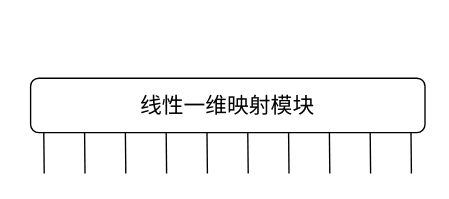
Above: 未命名绘图.drawio in infiniteaim/Repository-from-Anonus (draw.io), before the change. Source tidied: cells renumbered, new cells numbered last; positions are measured from the earlier drawing's top-left corner, leaving out a move shared by most shapes. Both pictures are drawn from the tidied source at 136%, with x=0, y=0 at pixel (30, 78).
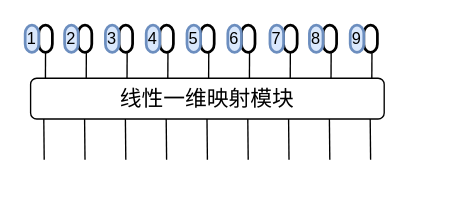
The same page after the edit.

Commit message (it also covers changes not shown here):
更新未命名绘图.drawio

The edit, as a diff of the source:
```diff
@@
     <mxCell id="2" value="&lt;font style=&quot;font-size: 16px;&quot;&gt;线性一维映射模块&lt;/font&gt;" style="rounded=1;whiteSpace=wrap;html=1;" parent="1" vertex="1">
-      <mxGeometry width="290" height="40" as="geometry" />
+      <mxGeometry width="260" height="30" as="geometry" />
     </mxCell>
     <mxCell id="3" style="endArrow=none;html=1;rounded=0;entryX=0.054;entryY=1.021;entryDx=0;entryDy=0;entryPerimeter=0;" parent="1" edge="1">
       <mxGeometry relative="1" as="geometry">
-        <mxPoint x="10" y="70" as="sourcePoint" />
-        <mxPoint x="9.7" y="40" as="targetPoint" />
+        <mxPoint x="10" y="60" as="sourcePoint" />
+        <mxPoint x="9.7" y="30" as="targetPoint" />
       </mxGeometry>
     </mxCell>
     <mxCell id="4" style="endArrow=none;html=1;rounded=0;entryX=0.054;entryY=1.021;entryDx=0;entryDy=0;entryPerimeter=0;" parent="1" edge="1">
       <mxGeometry relative="1" as="geometry">
-        <mxPoint x="40" y="70" as="sourcePoint" />
-        <mxPoint x="39.7" y="40" as="targetPoint" />
+        <mxPoint x="40" y="60" as="sourcePoint" />
+        <mxPoint x="39.7" y="30" as="targetPoint" />
       </mxGeometry>
     </mxCell>
     <mxCell id="5" style="endArrow=none;html=1;rounded=0;entryX=0.054;entryY=1.021;entryDx=0;entryDy=0;entryPerimeter=0;" parent="1" edge="1">
       <mxGeometry relative="1" as="geometry">
-        <mxPoint x="70" y="70" as="sourcePoint" />
-        <mxPoint x="69.7" y="40" as="targetPoint" />
+        <mxPoint x="70" y="60" as="sourcePoint" />
+        <mxPoint x="69.7" y="30" as="targetPoint" />
       </mxGeometry>
     </mxCell>
     <mxCell id="6" style="endArrow=none;html=1;rounded=0;entryX=0.054;entryY=1.021;entryDx=0;entryDy=0;entryPerimeter=0;" parent="1" edge="1">
       <mxGeometry relative="1" as="geometry">
-        <mxPoint x="100" y="70" as="sourcePoint" />
-        <mxPoint x="99.7" y="40" as="targetPoint" />
+        <mxPoint x="100" y="60" as="sourcePoint" />
+        <mxPoint x="99.7" y="30" as="targetPoint" />
       </mxGeometry>
     </mxCell>
     <mxCell id="7" style="endArrow=none;html=1;rounded=0;entryX=0.054;entryY=1.021;entryDx=0;entryDy=0;entryPerimeter=0;" parent="1" edge="1">
       <mxGeometry relative="1" as="geometry">
-        <mxPoint x="130" y="70" as="sourcePoint" />
-        <mxPoint x="129.7" y="40" as="targetPoint" />
+        <mxPoint x="130" y="60" as="sourcePoint" />
+        <mxPoint x="129.7" y="30" as="targetPoint" />
       </mxGeometry>
     </mxCell>
     <mxCell id="8" style="endArrow=none;html=1;rounded=0;entryX=0.054;entryY=1.021;entryDx=0;entryDy=0;entryPerimeter=0;" parent="1" edge="1">
       <mxGeometry relative="1" as="geometry">
-        <mxPoint x="160" y="70" as="sourcePoint" />
-        <mxPoint x="159.7" y="40" as="targetPoint" />
+        <mxPoint x="160" y="60" as="sourcePoint" />
+        <mxPoint x="159.7" y="30" as="targetPoint" />
       </mxGeometry>
     </mxCell>
     <mxCell id="9" style="endArrow=none;html=1;rounded=0;entryX=0.054;entryY=1.021;entryDx=0;entryDy=0;entryPerimeter=0;" parent="1" edge="1">
       <mxGeometry relative="1" as="geometry">
-        <mxPoint x="190" y="70" as="sourcePoint" />
-        <mxPoint x="189.7" y="40" as="targetPoint" />
+        <mxPoint x="190" y="60" as="sourcePoint" />
+        <mxPoint x="189.7" y="30" as="targetPoint" />
       </mxGeometry>
     </mxCell>
     <mxCell id="10" style="endArrow=none;html=1;rounded=0;entryX=0.054;entryY=1.021;entryDx=0;entryDy=0;entryPerimeter=0;" parent="1" edge="1">
       <mxGeometry relative="1" as="geometry">
-        <mxPoint x="220" y="70" as="sourcePoint" />
-        <mxPoint x="219.7" y="40" as="targetPoint" />
+        <mxPoint x="220" y="60" as="sourcePoint" />
+        <mxPoint x="219.7" y="30" as="targetPoint" />
       </mxGeometry>
     </mxCell>
     <mxCell id="11" style="endArrow=none;html=1;rounded=0;entryX=0.054;entryY=1.021;entryDx=0;entryDy=0;entryPerimeter=0;" parent="1" edge="1">
       <mxGeometry relative="1" as="geometry">
-        <mxPoint x="250" y="70" as="sourcePoint" />
-        <mxPoint x="249.7" y="40" as="targetPoint" />
+        <mxPoint x="250" y="60" as="sourcePoint" />
+        <mxPoint x="249.7" y="30" as="targetPoint" />
       </mxGeometry>
     </mxCell>
-    <mxCell id="12" style="endArrow=none;html=1;rounded=0;entryX=0.054;entryY=1.021;entryDx=0;entryDy=0;entryPerimeter=0;" parent="1" edge="1">
-      <mxGeometry relative="1" as="geometry">
-        <mxPoint x="280" y="70" as="sourcePoint" />
-        <mxPoint x="279.7" y="40" as="targetPoint" />
-      </mxGeometry>
-    </mxCell>
+    <mxCell id="13" style="endArrow=none;html=1;rounded=0;" parent="1" edge="1">
+      <mxGeometry relative="1" as="geometry">
+        <mxPoint x="10.9" as="sourcePoint" />
+        <mxPoint x="11" y="-20" as="targetPoint" />
+      </mxGeometry>
+    </mxCell>
+    <mxCell id="14" style="endArrow=none;html=1;rounded=0;" parent="1" edge="1">
+      <mxGeometry relative="1" as="geometry">
+        <mxPoint x="40.9" as="sourcePoint" />
+        <mxPoint x="41" y="-20" as="targetPoint" />
+      </mxGeometry>
+    </mxCell>
+    <mxCell id="15" style="endArrow=none;html=1;rounded=0;" parent="1" edge="1">
+      <mxGeometry relative="1" as="geometry">
+        <mxPoint x="70.9" as="sourcePoint" />
+        <mxPoint x="71" y="-20" as="targetPoint" />
+      </mxGeometry>
+    </mxCell>
+    <mxCell id="16" style="endArrow=none;html=1;rounded=0;" parent="1" edge="1">
+      <mxGeometry relative="1" as="geometry">
+        <mxPoint x="100.9" as="sourcePoint" />
+        <mxPoint x="101" y="-20" as="targetPoint" />
+      </mxGeometry>
+    </mxCell>
+    <mxCell id="17" style="endArrow=none;html=1;rounded=0;" parent="1" edge="1">
+      <mxGeometry relative="1" as="geometry">
+        <mxPoint x="130.9" as="sourcePoint" />
+        <mxPoint x="131" y="-20" as="targetPoint" />
+      </mxGeometry>
+    </mxCell>
+    <mxCell id="18" style="endArrow=none;html=1;rounded=0;" parent="1" edge="1">
+      <mxGeometry relative="1" as="geometry">
+        <mxPoint x="160.9" as="sourcePoint" />
+        <mxPoint x="161" y="-20" as="targetPoint" />
+      </mxGeometry>
+    </mxCell>
+    <mxCell id="19" style="endArrow=none;html=1;rounded=0;" parent="1" edge="1">
+      <mxGeometry relative="1" as="geometry">
+        <mxPoint x="190.9" as="sourcePoint" />
+        <mxPoint x="191" y="-20" as="targetPoint" />
+      </mxGeometry>
+    </mxCell>
+    <mxCell id="20" style="endArrow=none;html=1;rounded=0;" parent="1" edge="1">
+      <mxGeometry relative="1" as="geometry">
+        <mxPoint x="220.9" as="sourcePoint" />
+        <mxPoint x="221" y="-20" as="targetPoint" />
+      </mxGeometry>
+    </mxCell>
+    <mxCell id="21" style="endArrow=none;html=1;rounded=0;" parent="1" edge="1">
+      <mxGeometry relative="1" as="geometry">
+        <mxPoint x="250.9" as="sourcePoint" />
+        <mxPoint x="251" y="-20" as="targetPoint" />
+      </mxGeometry>
+    </mxCell>
+    <mxCell id="22" style="strokeWidth=2;html=1;shape=mxgraph.flowchart.terminator;whiteSpace=wrap;direction=south;" parent="1" vertex="1">
+      <mxGeometry x="6" y="-39" width="10" height="20" as="geometry" />
+    </mxCell>
+    <mxCell id="23" value="1" style="strokeWidth=2;html=1;shape=mxgraph.flowchart.terminator;whiteSpace=wrap;direction=south;fillColor=#dae8fc;strokeColor=#6c8ebf;" parent="1" vertex="1">
+      <mxGeometry x="-4" y="-39" width="10" height="20" as="geometry" />
+    </mxCell>
+    <mxCell id="24" style="strokeWidth=2;html=1;shape=mxgraph.flowchart.terminator;whiteSpace=wrap;direction=south;" parent="1" vertex="1">
+      <mxGeometry x="35" y="-39" width="10" height="20" as="geometry" />
+    </mxCell>
+    <mxCell id="25" value="2" style="strokeWidth=2;html=1;shape=mxgraph.flowchart.terminator;whiteSpace=wrap;direction=south;fillColor=#dae8fc;strokeColor=#6c8ebf;" parent="1" vertex="1">
+      <mxGeometry x="25" y="-39" width="10" height="20" as="geometry" />
+    </mxCell>
+    <mxCell id="26" style="strokeWidth=2;html=1;shape=mxgraph.flowchart.terminator;whiteSpace=wrap;direction=south;" parent="1" vertex="1">
+      <mxGeometry x="65" y="-39" width="10" height="20" as="geometry" />
+    </mxCell>
+    <mxCell id="27" value="3" style="strokeWidth=2;html=1;shape=mxgraph.flowchart.terminator;whiteSpace=wrap;direction=south;fillColor=#dae8fc;strokeColor=#6c8ebf;" parent="1" vertex="1">
+      <mxGeometry x="55" y="-39" width="10" height="20" as="geometry" />
+    </mxCell>
+    <mxCell id="28" style="strokeWidth=2;html=1;shape=mxgraph.flowchart.terminator;whiteSpace=wrap;direction=south;" parent="1" vertex="1">
+      <mxGeometry x="95" y="-39" width="10" height="20" as="geometry" />
+    </mxCell>
+    <mxCell id="29" value="4" style="strokeWidth=2;html=1;shape=mxgraph.flowchart.terminator;whiteSpace=wrap;direction=south;fillColor=#dae8fc;strokeColor=#6c8ebf;" parent="1" vertex="1">
+      <mxGeometry x="85" y="-39" width="10" height="20" as="geometry" />
+    </mxCell>
+    <mxCell id="30" style="strokeWidth=2;html=1;shape=mxgraph.flowchart.terminator;whiteSpace=wrap;direction=south;" parent="1" vertex="1">
+      <mxGeometry x="125" y="-39" width="10" height="20" as="geometry" />
+    </mxCell>
+    <mxCell id="31" value="5" style="strokeWidth=2;html=1;shape=mxgraph.flowchart.terminator;whiteSpace=wrap;direction=south;fillColor=#dae8fc;strokeColor=#6c8ebf;" parent="1" vertex="1">
+      <mxGeometry x="115" y="-39" width="10" height="20" as="geometry" />
+    </mxCell>
+    <mxCell id="32" style="strokeWidth=2;html=1;shape=mxgraph.flowchart.terminator;whiteSpace=wrap;direction=south;" parent="1" vertex="1">
+      <mxGeometry x="155" y="-39" width="10" height="20" as="geometry" />
+    </mxCell>
+    <mxCell id="33" value="6" style="strokeWidth=2;html=1;shape=mxgraph.flowchart.terminator;whiteSpace=wrap;direction=south;fillColor=#dae8fc;strokeColor=#6c8ebf;" parent="1" vertex="1">
+      <mxGeometry x="145" y="-39" width="10" height="20" as="geometry" />
+    </mxCell>
+    <mxCell id="34" style="strokeWidth=2;html=1;shape=mxgraph.flowchart.terminator;whiteSpace=wrap;direction=south;" parent="1" vertex="1">
+      <mxGeometry x="186" y="-39" width="10" height="20" as="geometry" />
+    </mxCell>
+    <mxCell id="35" value="7" style="strokeWidth=2;html=1;shape=mxgraph.flowchart.terminator;whiteSpace=wrap;direction=south;fillColor=#dae8fc;strokeColor=#6c8ebf;" parent="1" vertex="1">
+      <mxGeometry x="176" y="-39" width="10" height="20" as="geometry" />
+    </mxCell>
+    <mxCell id="36" style="strokeWidth=2;html=1;shape=mxgraph.flowchart.terminator;whiteSpace=wrap;direction=south;" parent="1" vertex="1">
+      <mxGeometry x="215" y="-39" width="10" height="20" as="geometry" />
+    </mxCell>
+    <mxCell id="37" value="8" style="strokeWidth=2;html=1;shape=mxgraph.flowchart.terminator;whiteSpace=wrap;direction=south;fillColor=#dae8fc;strokeColor=#6c8ebf;" parent="1" vertex="1">
+      <mxGeometry x="205" y="-39" width="10" height="20" as="geometry" />
+    </mxCell>
+    <mxCell id="38" style="strokeWidth=2;html=1;shape=mxgraph.flowchart.terminator;whiteSpace=wrap;direction=south;" parent="1" vertex="1">
+      <mxGeometry x="245" y="-39" width="10" height="20" as="geometry" />
+    </mxCell>
+    <mxCell id="39" value="9" style="strokeWidth=2;html=1;shape=mxgraph.flowchart.terminator;whiteSpace=wrap;direction=south;fillColor=#dae8fc;strokeColor=#6c8ebf;" parent="1" vertex="1">
+      <mxGeometry x="235" y="-39" width="10" height="20" as="geometry" />
+    </mxCell>
```
